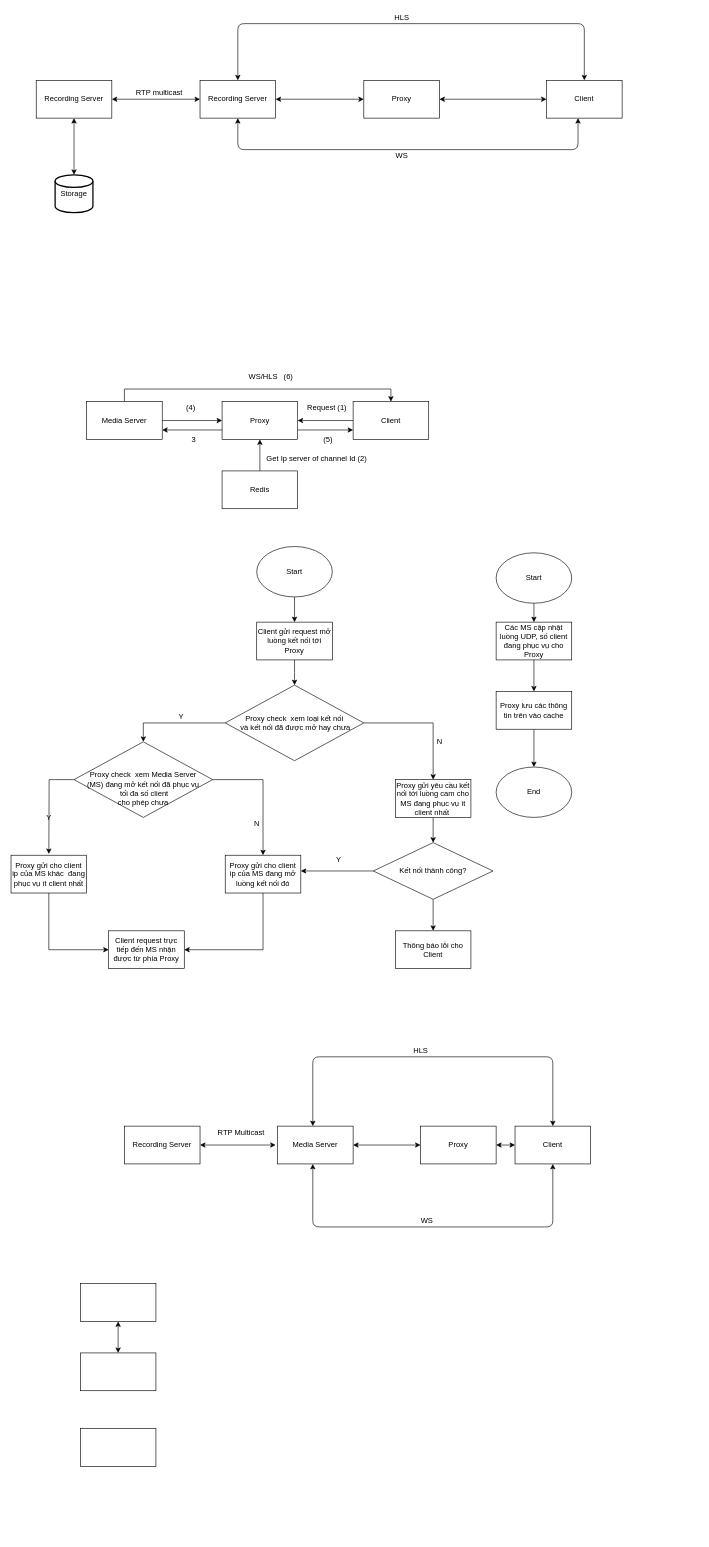
Earlier version of the draw.io diagram Untitled Diagram.drawio (Trananh95/ML_basic). Source tidied: cells renumbered, new cells numbered last; positions are measured from the earlier drawing's top-left corner, leaving out a move shared by most shapes. Both pictures are drawn from the tidied source at 63%, with x=0, y=0 at pixel (11, 11).
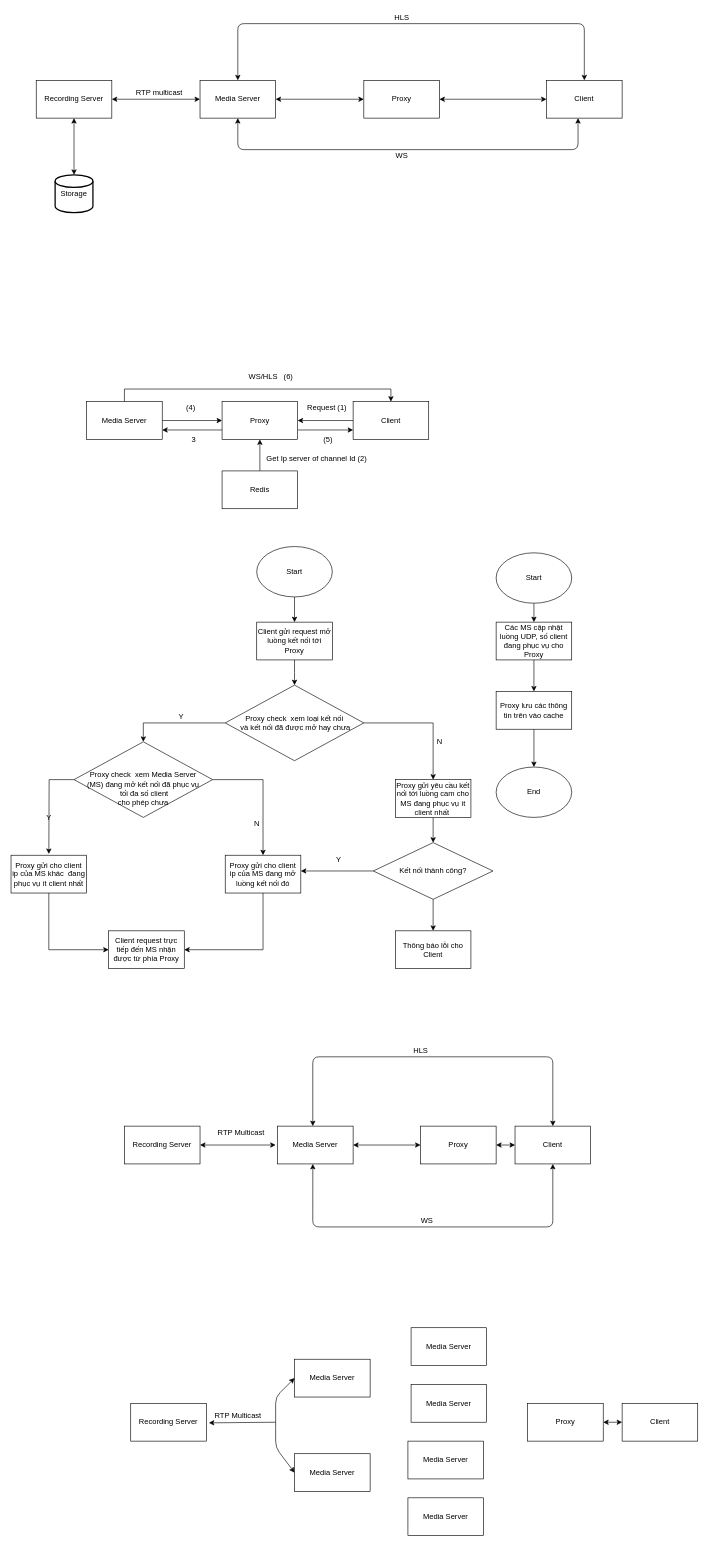
After the change.

The edit, as a diff of the source:
```diff
@@
-    <mxCell id="68" style="rounded=0;whiteSpace=wrap;html=1;" parent="1" vertex="1">
-      <mxGeometry x="110" y="2020" width="120" height="60" as="geometry" />
-    </mxCell>
-    <mxCell id="69" style="rounded=0;whiteSpace=wrap;html=1;" parent="1" vertex="1">
-      <mxGeometry x="110" y="2130" width="120" height="60" as="geometry" />
-    </mxCell>
-    <mxCell id="70" style="rounded=0;whiteSpace=wrap;html=1;" parent="1" vertex="1">
-      <mxGeometry x="110" y="2250" width="120" height="60" as="geometry" />
-    </mxCell>
-    <mxCell id="71" style="endArrow=classic;startArrow=classic;html=1;entryX=0.5;entryY=1;entryDx=0;entryDy=0;exitX=0.5;exitY=0;exitDx=0;exitDy=0;" parent="1" edge="1" source="69" target="68">
-      <mxGeometry relative="1" as="geometry" />
-    </mxCell>
@@
-    <mxCell id="76" value="Recording Server" style="rounded=0;whiteSpace=wrap;html=1;" parent="1" vertex="1">
+    <mxCell id="76" value="Media Server" style="rounded=0;whiteSpace=wrap;html=1;" parent="1" vertex="1">
       <mxGeometry x="300" y="110" width="120" height="60" as="geometry" />
     </mxCell>
@@
+    <mxCell id="82" value="Recording Server" style="rounded=0;whiteSpace=wrap;html=1;" parent="1" vertex="1">
+      <mxGeometry x="190" y="2210" width="120" height="60" as="geometry" />
+    </mxCell>
+    <mxCell id="83" value="Proxy" style="rounded=0;whiteSpace=wrap;html=1;" parent="1" vertex="1">
+      <mxGeometry x="820" y="2210" width="120" height="60" as="geometry" />
+    </mxCell>
+    <mxCell id="84" value="Client" style="rounded=0;whiteSpace=wrap;html=1;" parent="1" vertex="1">
+      <mxGeometry x="970" y="2210" width="120" height="60" as="geometry" />
+    </mxCell>
+    <mxCell id="85" value="RTP Multicast" style="text;html=1;align=center;verticalAlign=middle;points=[];strokeColor=none;" parent="1" vertex="1">
+      <mxGeometry x="315" y="2220" width="90" height="20" as="geometry" />
+    </mxCell>
+    <mxCell id="86" value="Media Server" style="rounded=0;whiteSpace=wrap;html=1;" parent="1" vertex="1">
+      <mxGeometry x="450" y="2140" width="120" height="60" as="geometry" />
+    </mxCell>
+    <mxCell id="87" style="endArrow=classic;startArrow=classic;html=1;entryX=0;entryY=0.5;entryDx=0;entryDy=0;" parent="1" edge="1" target="84">
+      <mxGeometry relative="1" as="geometry">
+        <mxPoint x="940" y="2240" as="sourcePoint" />
+      </mxGeometry>
+    </mxCell>
+    <mxCell id="88" value="Media Server" style="rounded=0;whiteSpace=wrap;html=1;" parent="1" vertex="1">
+      <mxGeometry x="450" y="2290" width="120" height="60" as="geometry" />
+    </mxCell>
+    <mxCell id="89" style="endArrow=classic;startArrow=classic;html=1;entryX=0;entryY=0.5;entryDx=0;entryDy=0;exitX=0;exitY=0.5;exitDx=0;exitDy=0;" parent="1" edge="1" source="88" target="86">
+      <mxGeometry relative="1" as="geometry">
+        <Array as="points">
+          <mxPoint x="420" y="2280" />
+          <mxPoint x="420" y="2240" />
+          <mxPoint x="420" y="2200" />
+        </Array>
+      </mxGeometry>
+    </mxCell>
+    <mxCell id="90" value="Media Server" style="rounded=0;whiteSpace=wrap;html=1;" parent="1" vertex="1">
+      <mxGeometry x="635" y="2090" width="120" height="60" as="geometry" />
+    </mxCell>
+    <mxCell id="91" value="Media Server" style="rounded=0;whiteSpace=wrap;html=1;" parent="1" vertex="1">
+      <mxGeometry x="635" y="2180" width="120" height="60" as="geometry" />
+    </mxCell>
+    <mxCell id="92" value="Media Server" style="rounded=0;whiteSpace=wrap;html=1;" parent="1" vertex="1">
+      <mxGeometry x="630" y="2270" width="120" height="60" as="geometry" />
+    </mxCell>
+    <mxCell id="93" value="Media Server" style="rounded=0;whiteSpace=wrap;html=1;" parent="1" vertex="1">
+      <mxGeometry x="630" y="2360" width="120" height="60" as="geometry" />
+    </mxCell>
+    <mxCell id="94" style="endArrow=classic;html=1;entryX=-0.011;entryY=1.05;entryDx=0;entryDy=0;entryPerimeter=0;" parent="1" edge="1" target="85">
+      <mxGeometry relative="1" as="geometry">
+        <mxPoint x="420" y="2240" as="sourcePoint" />
+      </mxGeometry>
+    </mxCell>
```
